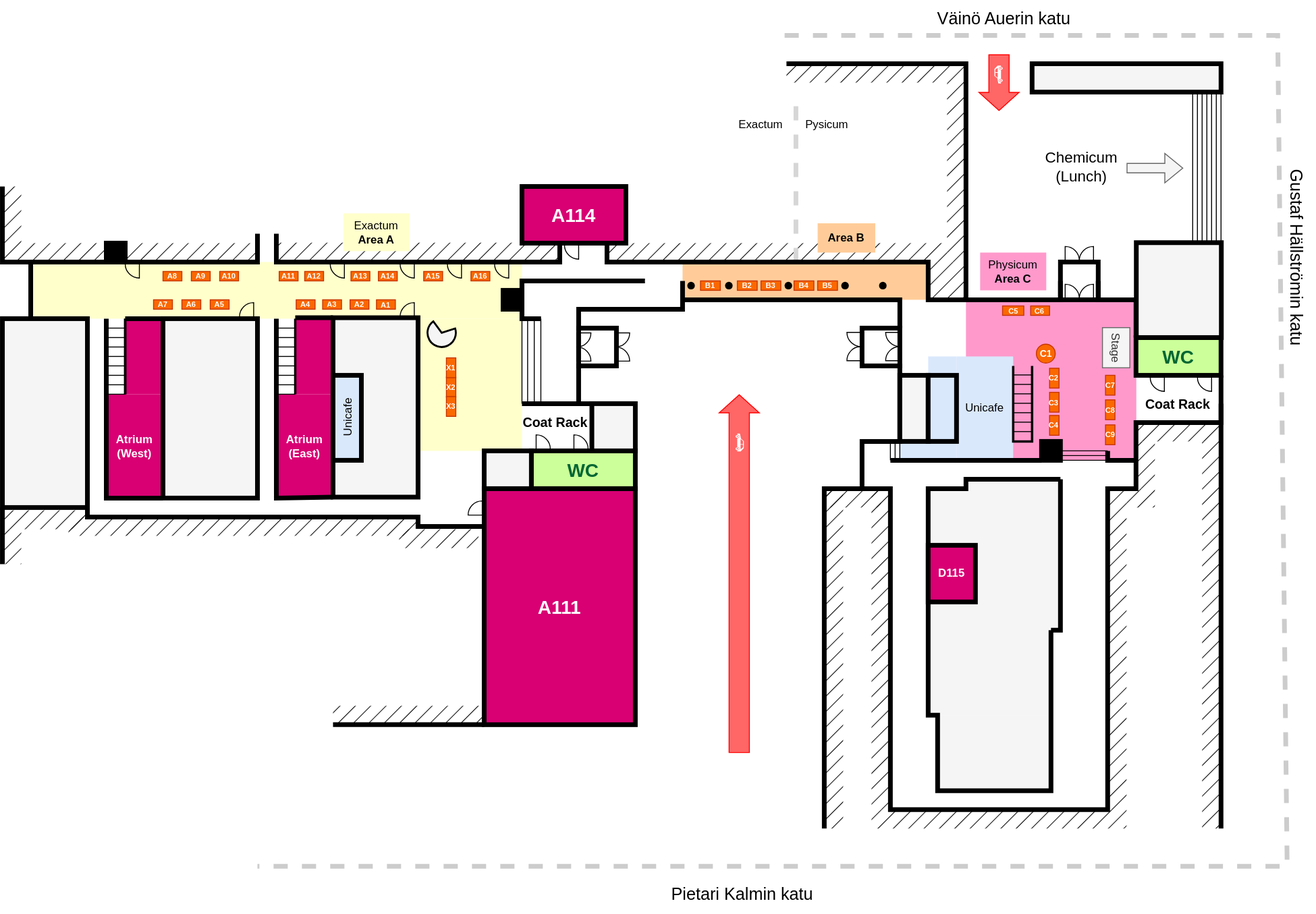
The draw.io diagram public/assets/kartta_2024.svg in Potentiaali/potentiaali, before a commit. Source tidied: cells renumbered, new cells last; positions are measured from the earlier drawing's top-left corner, leaving out a move shared by most shapes.
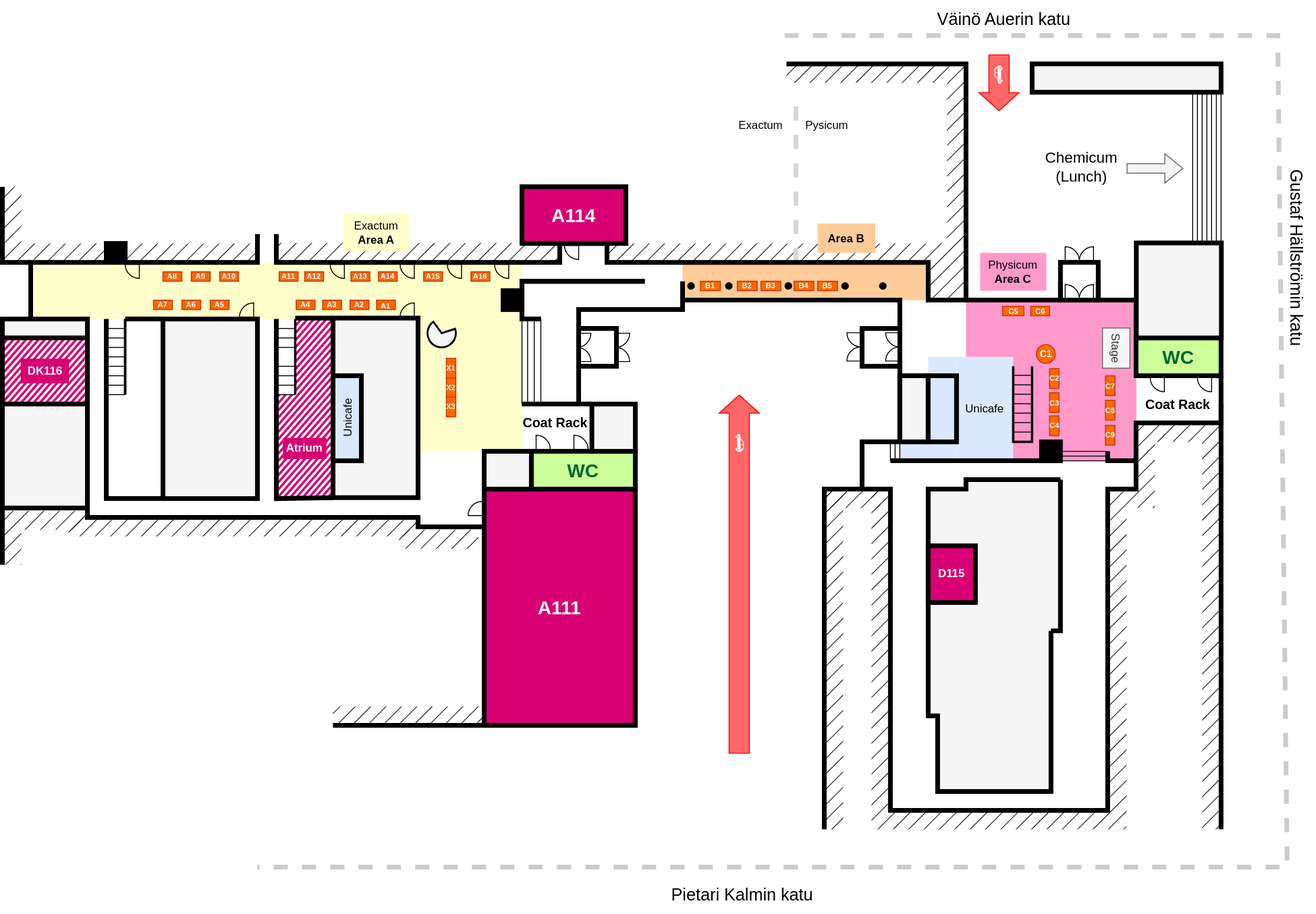
Above is the later version.

Change to the diagram source:
```diff
@@ -2,12 +2,12 @@
   <root>
     <mxCell id="0" />
     <mxCell id="1" parent="0" />
-    <mxCell id="2" style="rounded=0;whiteSpace=wrap;html=1;strokeColor=none;fillColor=#d80073;strokeWidth=5;align=center;verticalAlign=middle;fontFamily=Helvetica;fontSize=12;fontColor=#ffffff;" parent="1" vertex="1">
-      <mxGeometry x="130" y="337" width="40" height="80" as="geometry" />
-    </mxCell>
-    <mxCell id="3" value="Atrium&lt;br&gt;(West)" style="rounded=0;whiteSpace=wrap;html=1;strokeColor=none;fillColor=#d80073;strokeWidth=5;align=center;verticalAlign=middle;fontFamily=Helvetica;fontSize=12;fontColor=#ffffff;fontStyle=1;" parent="1" vertex="1">
-      <mxGeometry x="110" y="417" width="60" height="110" as="geometry" />
-    </mxCell>
+    <mxCell id="12" style="rounded=0;whiteSpace=wrap;html=1;strokeColor=none;fillColor=#d80073;strokeWidth=5;align=center;verticalAlign=middle;fontFamily=Helvetica;fontSize=12;fontColor=#ffffff;fontStyle=1;shadow=0;sketch=1;curveFitting=1;jiggle=0;hachureGap=5;" parent="1" vertex="1">
+      <mxGeometry x="290" y="337" width="60" height="190" as="geometry" />
+    </mxCell>
+    <mxCell id="212" style="rounded=0;whiteSpace=wrap;html=1;strokeColor=none;" parent="1" vertex="1">
+      <mxGeometry x="290" y="336" width="20" height="81" as="geometry" />
+    </mxCell>
     <mxCell id="4" style="verticalLabelPosition=bottom;verticalAlign=top;html=1;shape=mxgraph.basic.pie;startAngle=0;endAngle=0.25;rotation=-180;" parent="1" vertex="1">
       <mxGeometry x="595" y="244" width="30" height="30" as="geometry" />
     </mxCell>
@@ -32,12 +32,6 @@
     <mxCell id="10" style="verticalLabelPosition=bottom;verticalAlign=top;html=1;shape=mxgraph.basic.pie;startAngle=0;endAngle=0.25;rotation=0;" parent="1" vertex="1">
       <mxGeometry x="1110" y="260.5" width="30" height="30" as="geometry" />
     </mxCell>
-    <mxCell id="11" style="rounded=0;whiteSpace=wrap;html=1;strokeColor=none;fillColor=#d80073;strokeWidth=5;align=center;verticalAlign=middle;fontFamily=Helvetica;fontSize=12;fontColor=#ffffff;" parent="1" vertex="1">
-      <mxGeometry x="310" y="337" width="40" height="80" as="geometry" />
-    </mxCell>
-    <mxCell id="12" value="Atrium&lt;br&gt;(East)" style="rounded=0;whiteSpace=wrap;html=1;strokeColor=none;fillColor=#d80073;strokeWidth=5;align=center;verticalAlign=middle;fontFamily=Helvetica;fontSize=12;fontColor=#ffffff;fontStyle=1;" parent="1" vertex="1">
-      <mxGeometry x="290" y="417" width="60" height="110" as="geometry" />
-    </mxCell>
     <mxCell id="13" style="verticalLabelPosition=bottom;verticalAlign=top;html=1;shape=mxgraph.basic.pie;startAngle=0;endAngle=0.25;rotation=-90;" parent="1" vertex="1">
       <mxGeometry x="493" y="530" width="30" height="30" as="geometry" />
     </mxCell>
@@ -172,9 +166,8 @@
         <mxPoint x="310" y="387" as="targetPoint" />
       </mxGeometry>
     </mxCell>
-    <mxCell id="39" style="endArrow=none;html=1;rounded=0;" parent="1" edge="1">
+    <mxCell id="39" style="endArrow=none;html=1;rounded=0;" parent="1" edge="1" source="212">
       <mxGeometry relative="1" as="geometry">
-        <mxPoint x="290" y="377" as="sourcePoint" />
         <mxPoint x="310" y="377" as="targetPoint" />
       </mxGeometry>
     </mxCell>
@@ -940,5 +933,19 @@
     <mxCell id="211" style="shape=mxgraph.signs.transportation.car_3;html=1;verticalLabelPosition=bottom;verticalAlign=top;align=center;rotation=90;strokeColor=none;shadow=0;" parent="1" vertex="1">
       <mxGeometry x="771" y="463.8" width="19" height="8.8" as="geometry" />
     </mxCell>
+    <mxCell id="213" style="rounded=0;whiteSpace=wrap;html=1;strokeWidth=5;fillColor=#D80073;fontColor=#ffffff;strokeColor=#000000;fillStyle=hatch;comic=0;jiggle=0;sketch=1;curveFitting=1;hachureGap=5;fillWeight=-1;disableMultiStroke=0;disableMultiStrokeFill=0;" parent="1" vertex="1">
+      <mxGeometry y="357" width="90" height="70" as="geometry" />
+    </mxCell>
+    <mxCell id="214" value="DK116" style="rounded=0;whiteSpace=wrap;html=1;fillColor=#d80073;fontColor=#ffffff;strokeColor=none;fontStyle=1;" parent="1" vertex="1">
+      <mxGeometry x="19.5" y="379" width="51" height="26" as="geometry" />
+    </mxCell>
+    <mxCell id="215" style="endArrow=none;html=1;rounded=0;" parent="1" edge="1" target="212">
+      <mxGeometry relative="1" as="geometry">
+        <mxPoint x="290" y="377" as="sourcePoint" />
+      </mxGeometry>
+    </mxCell>
+    <mxCell id="216" value="Atrium" style="rounded=0;whiteSpace=wrap;html=1;fillColor=#d80073;fontColor=#ffffff;strokeColor=none;fontStyle=1;" parent="1" vertex="1">
+      <mxGeometry x="297" y="462.8" width="46" height="22.4" as="geometry" />
+    </mxCell>
   </root>
 </mxGraphModel>
```
